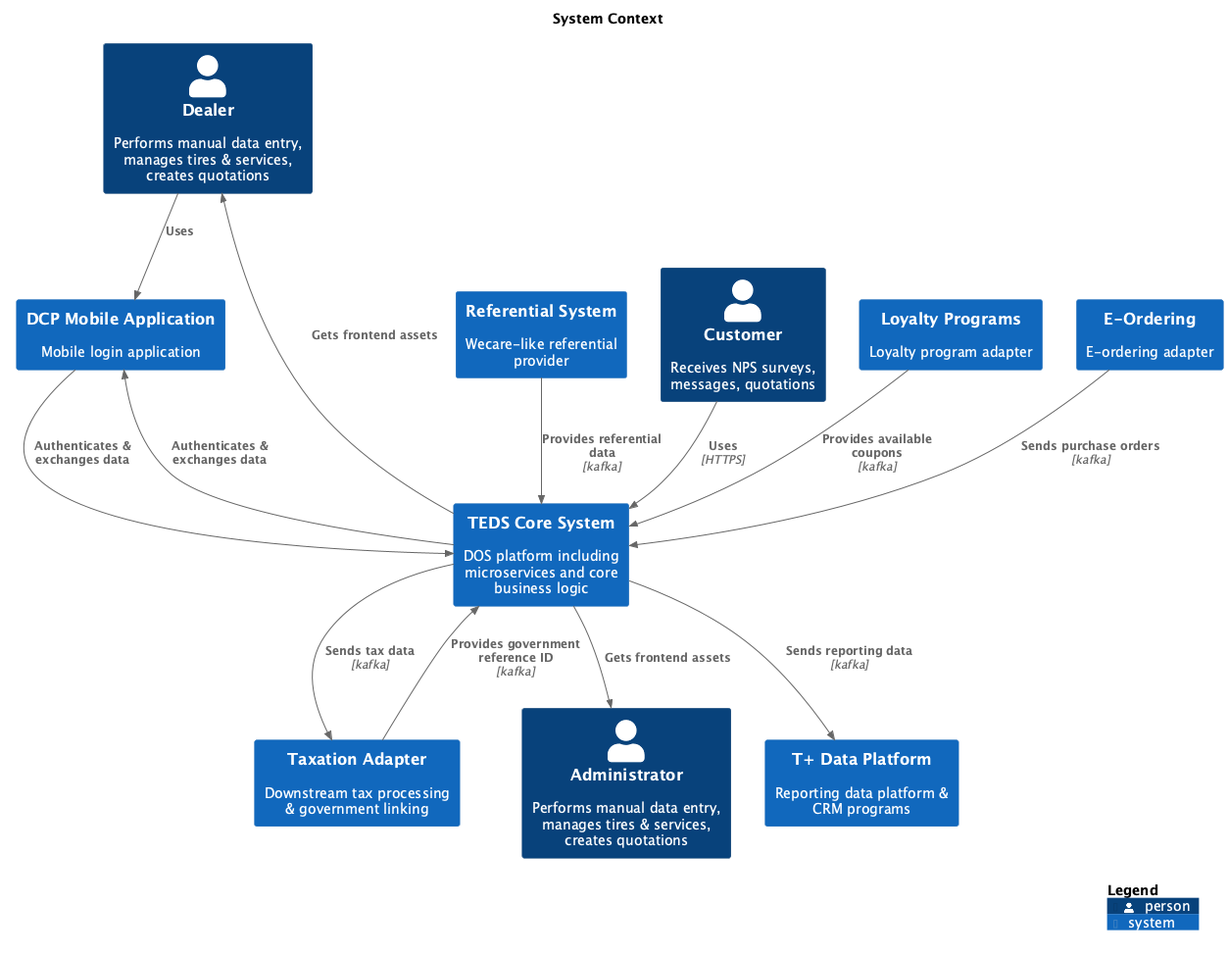
Earlier version of the PlantUML export main/png/Level1_SystemContext.png (kzsahay/teds).
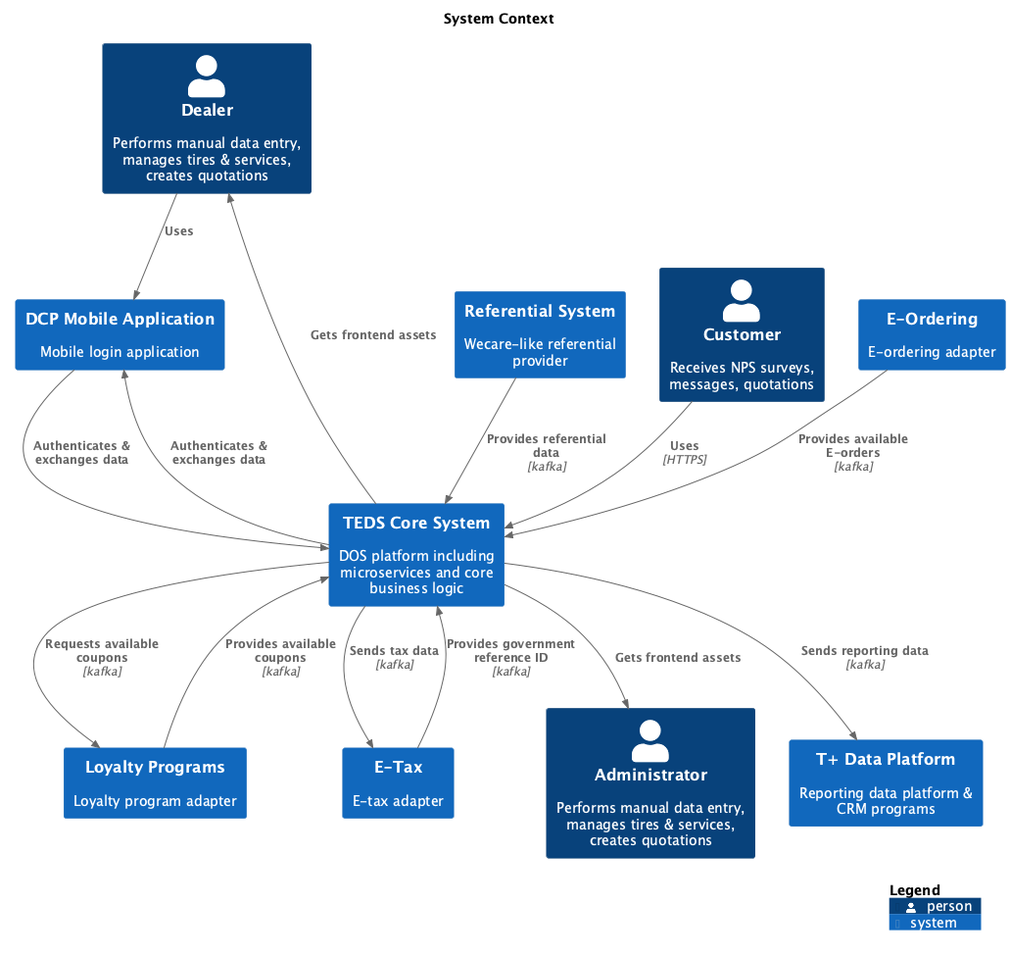
After the change.

Diff of the diagram source:
```diff
@@ -12,17 +12,18 @@
 System(ReferentialSystem, "Referential System", $descr="Wecare-like referential provider", $tags="", $link="")
 Person(Customer, "Customer", $descr="Receives NPS surveys, messages, quotations", $tags="", $link="")
 System(LoyaltyPrograms, "Loyalty Programs", $descr="Loyalty program adapter", $tags="", $link="")
+System(EOrdering, "E-Ordering", $descr="E-ordering adapter", $tags="", $link="")
+System(ETax, "E-Tax", $descr="E-tax adapter", $tags="", $link="")
+System(TEDSCoreSystem, "TEDS Core System", $descr="DOS platform including microservices and core business logic", $tags="", $link="")
 System(DCPMobileApplication, "DCP Mobile Application", $descr="Mobile login application", $tags="", $link="")
-System(EOrdering, "E-Ordering", $descr="E-ordering adapter", $tags="", $link="")
-System(TaxationAdapter, "Taxation Adapter", $descr="Downstream tax processing & government linking", $tags="", $link="")
 System(TDataPlatform, "T+ Data Platform", $descr="Reporting data platform & CRM programs", $tags="", $link="")
-System(TEDSCoreSystem, "TEDS Core System", $descr="DOS platform including microservices and core business logic", $tags="", $link="")
 
 Rel(ReferentialSystem, TEDSCoreSystem, "Provides referential data", $techn="kafka", $tags="", $link="")
+Rel(TEDSCoreSystem, LoyaltyPrograms, "Requests available coupons", $techn="kafka", $tags="", $link="")
 Rel(LoyaltyPrograms, TEDSCoreSystem, "Provides available coupons", $techn="kafka", $tags="", $link="")
-Rel(EOrdering, TEDSCoreSystem, "Sends purchase orders", $techn="kafka", $tags="", $link="")
-Rel(TEDSCoreSystem, TaxationAdapter, "Sends tax data", $techn="kafka", $tags="", $link="")
-Rel(TaxationAdapter, TEDSCoreSystem, "Provides government reference ID", $techn="kafka", $tags="", $link="")
+Rel(EOrdering, TEDSCoreSystem, "Provides available E-orders", $techn="kafka", $tags="", $link="")
+Rel(TEDSCoreSystem, ETax, "Sends tax data", $techn="kafka", $tags="", $link="")
+Rel(ETax, TEDSCoreSystem, "Provides government reference ID", $techn="kafka", $tags="", $link="")
 Rel(TEDSCoreSystem, TDataPlatform, "Sends reporting data", $techn="kafka", $tags="", $link="")
 Rel(TEDSCoreSystem, Dealer, "Gets frontend assets", $techn="", $tags="", $link="")
 Rel(TEDSCoreSystem, Administrator, "Gets frontend assets", $techn="", $tags="", $link="")
```
